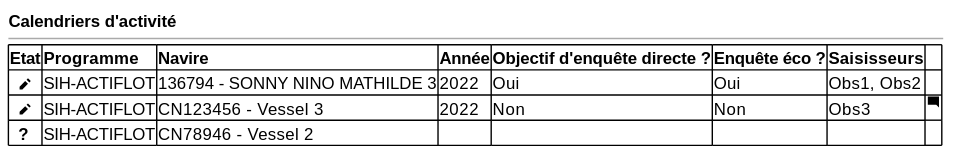
This is projects/activity-calendar/spe/images/activity-calendar-table.svg from sumaris-net/sumaris-doc, a PlantUML export, as it was before one commit.
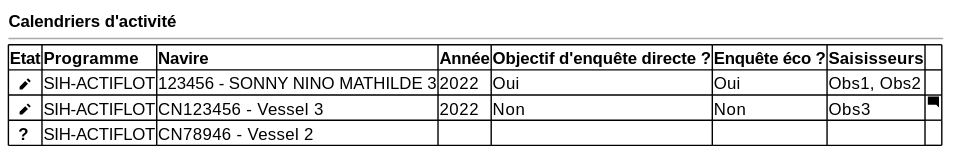
Above is the later version.

What changed in the source:
```diff
@@ -5,7 +5,7 @@
 	{#
 
      <b>Etat | <b>Programme | <b>Navire   | <b>Année | <b>Objectif d'enquête directe ? | <b>Enquête éco ?|<b>Saisisseurs | .
-     <b>  <&pencil> | SIH-ACTIFLOT | 136794 - SONNY NINO MATHILDE 3 | 2022 | Oui | Oui | Obs1, Obs2 | .
+     <b>  <&pencil> | SIH-ACTIFLOT | 123456 - SONNY NINO MATHILDE 3 | 2022 | Oui | Oui | Obs1, Obs2 | .
      <b>  <&pencil> | SIH-ACTIFLOT | CN123456 - Vessel 3 | 2022 | Non | Non | Obs3 | <&comment-square>
      <b>  ? | SIH-ACTIFLOT | CN78946 - Vessel 2 | . | . | . | .
     }
```
